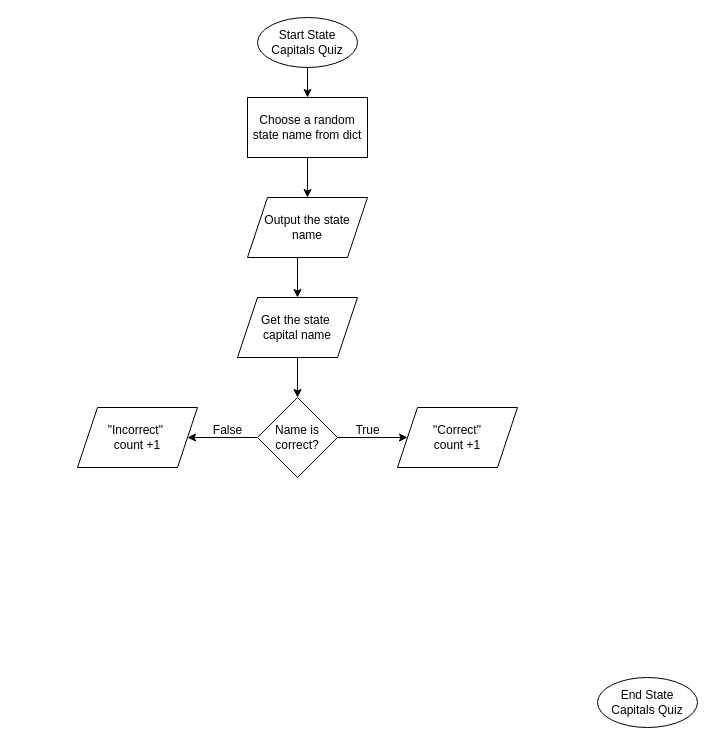
The draw.io diagram PracticeFlowchart.drawio in basselin2/IntroToPythonLCC, before the edit. Source tidied: cells renumbered, new cells numbered last; positions are measured from the earlier drawing's top-left corner, leaving out a move shared by most shapes. Both pictures are drawn from the tidied source at 100%, with x=0, y=0 at pixel (77, 17).
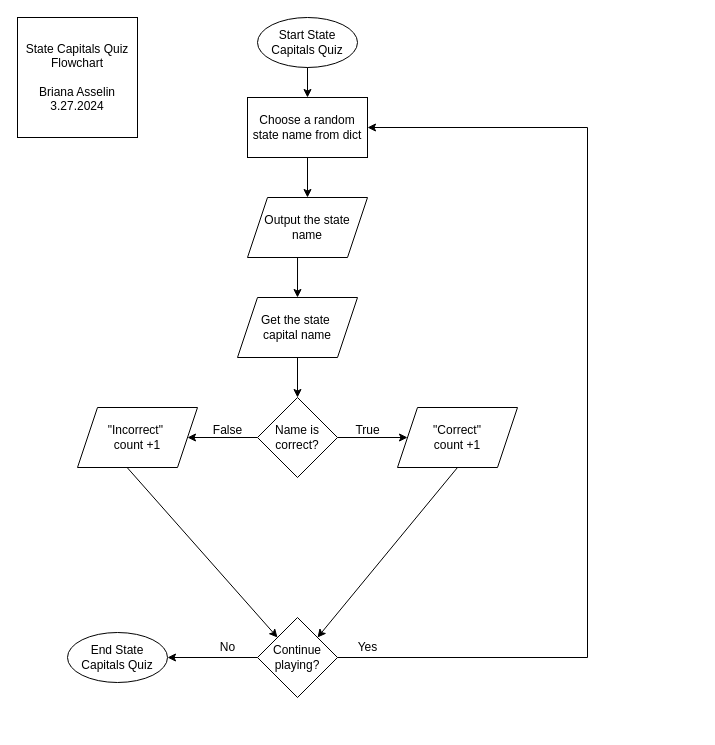
The same diagram, later.

The change refers to these unchanged cells:
```xml
<mxCell id="6" value="Choose a random state name from dict" style="rounded=0;whiteSpace=wrap;html=1;" parent="1" vertex="1">
  <mxGeometry x="170" y="80" width="120" height="60" as="geometry" />
</mxCell>
<mxCell id="13" value="&quot;Correct&quot;&lt;div&gt;count +1&lt;/div&gt;" style="shape=parallelogram;perimeter=parallelogramPerimeter;whiteSpace=wrap;html=1;fixedSize=1;" parent="1" vertex="1">
  <mxGeometry x="320" y="390" width="120" height="60" as="geometry" />
</mxCell>
<mxCell id="15" value="&quot;Incorrect&quot;&amp;nbsp;&lt;div&gt;count +1&lt;/div&gt;" style="shape=parallelogram;perimeter=parallelogramPerimeter;whiteSpace=wrap;html=1;fixedSize=1;" parent="1" vertex="1">
  <mxGeometry y="390" width="120" height="60" as="geometry" />
</mxCell>
```

What changed in the source:
```diff
@@
     <mxCell id="4" value="End State Capitals Quiz" style="ellipse;whiteSpace=wrap;html=1;" parent="1" vertex="1">
-      <mxGeometry x="520" y="660" width="100" height="50" as="geometry" />
+      <mxGeometry x="-10" y="615" width="100" height="50" as="geometry" />
     </mxCell>
@@
+    <mxCell id="18" value="Continue playing?" style="rhombus;whiteSpace=wrap;html=1;" parent="1" vertex="1">
+      <mxGeometry x="180" y="600" width="80" height="80" as="geometry" />
+    </mxCell>
+    <mxCell id="19" style="endArrow=classic;html=1;rounded=0;exitX=0;exitY=0.5;exitDx=0;exitDy=0;entryX=1;entryY=0.5;entryDx=0;entryDy=0;" parent="1" edge="1" source="18" target="4">
+      <mxGeometry relative="1" as="geometry" />
+    </mxCell>
+    <mxCell id="20" style="endArrow=classic;html=1;rounded=0;exitX=1;exitY=0.5;exitDx=0;exitDy=0;entryX=1;entryY=0.5;entryDx=0;entryDy=0;" parent="1" edge="1" source="18" target="6">
+      <mxGeometry relative="1" as="geometry">
+        <Array as="points">
+          <mxPoint x="510" y="640" />
+          <mxPoint x="510" y="110" />
+        </Array>
+      </mxGeometry>
+    </mxCell>
+    <mxCell id="21" value="Yes" style="text;html=1;align=center;verticalAlign=middle;strokeColor=none;fillColor=none;" parent="1" vertex="1">
+      <mxGeometry x="270" y="615" width="40" height="30" as="geometry" />
+    </mxCell>
+    <mxCell id="22" value="No" style="text;html=1;align=center;verticalAlign=middle;strokeColor=none;fillColor=none;" parent="1" vertex="1">
+      <mxGeometry x="130" y="615" width="40" height="30" as="geometry" />
+    </mxCell>
+    <mxCell id="23" style="endArrow=classic;html=1;rounded=0;exitX=0.417;exitY=1.008;exitDx=0;exitDy=0;exitPerimeter=0;entryX=0;entryY=0;entryDx=0;entryDy=0;" parent="1" edge="1" source="15" target="18">
+      <mxGeometry relative="1" as="geometry" />
+    </mxCell>
+    <mxCell id="24" style="endArrow=classic;html=1;rounded=0;exitX=0.5;exitY=1;exitDx=0;exitDy=0;entryX=1;entryY=0;entryDx=0;entryDy=0;" parent="1" edge="1" source="13" target="18">
+      <mxGeometry relative="1" as="geometry" />
+    </mxCell>
+    <mxCell id="25" value="State Capitals Quiz Flowchart&lt;div&gt;&lt;br&gt;&lt;/div&gt;&lt;div&gt;Briana Asselin&lt;/div&gt;&lt;div&gt;3.27.2024&lt;/div&gt;" style="rounded=0;whiteSpace=wrap;html=1;" parent="1" vertex="1">
+      <mxGeometry x="-60" width="120" height="120" as="geometry" />
+    </mxCell>
```
